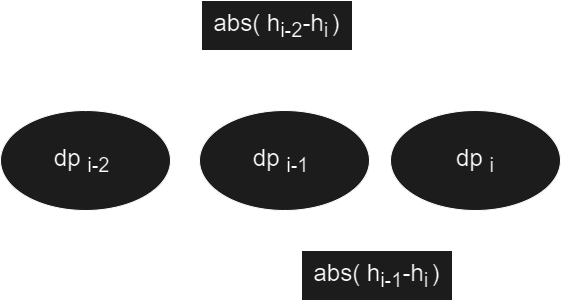
saitamau-maximum/blog keeps this draw.io diagram as public/images/blog/intro-course-8/frog1.png. Above is the earlier version. Source tidied: cells renumbered, new cells last; positions are measured from the earlier drawing's top-left corner, leaving out a move shared by most shapes. Its diagram source:
```xml
<mxGraphModel>
  <root>
    <mxCell id="0" />
    <mxCell id="1" parent="0" />
    <mxCell id="2" value="&lt;font style=&quot;border-color: var(--border-color); font-size: 24px;&quot;&gt;abs( h&lt;sub style=&quot;border-color: var(--border-color);&quot;&gt;i-2&lt;/sub&gt;&lt;span style=&quot;border-color: var(--border-color);&quot;&gt;-&lt;/span&gt;h&lt;sub style=&quot;border-color: var(--border-color);&quot;&gt;i&lt;/sub&gt;&lt;/font&gt;&amp;nbsp;&lt;font style=&quot;font-size: 24px;&quot;&gt;)&lt;/font&gt;" style="text;align=center;html=1;verticalAlign=middle;whiteSpace=wrap;rounded=0;fillColor=#E3E3E3;strokeColor=default;" parent="1" vertex="1">
      <mxGeometry x="201" width="151" height="50" as="geometry" />
    </mxCell>
    <mxCell id="3" style="group;" parent="1" vertex="1">
      <mxGeometry y="30" width="560" height="180" as="geometry" />
    </mxCell>
    <mxCell id="4" value="&lt;font style=&quot;font-size: 24px;&quot;&gt;dp&amp;nbsp;&lt;sub&gt;i-2&lt;/sub&gt;&amp;nbsp;&lt;/font&gt;" style="ellipse;whiteSpace=wrap;html=1;fillColor=#E3E3E3;" parent="3" vertex="1">
      <mxGeometry y="80" width="170" height="100" as="geometry" />
    </mxCell>
    <mxCell id="5" value="&lt;font style=&quot;font-size: 24px;&quot;&gt;dp&amp;nbsp;&lt;sub style=&quot;border-color: var(--border-color);&quot;&gt;i-1&lt;/sub&gt;&lt;/font&gt;&lt;span style=&quot;font-size: 24px;&quot;&gt;&amp;nbsp;&lt;/span&gt;" style="ellipse;whiteSpace=wrap;html=1;fillColor=#E3E3E3;" parent="3" vertex="1">
      <mxGeometry x="199" y="80" width="170" height="100" as="geometry" />
    </mxCell>
    <mxCell id="6" value="&lt;font style=&quot;font-size: 24px;&quot;&gt;dp&amp;nbsp;&lt;sub style=&quot;border-color: var(--border-color);&quot;&gt;i&lt;/sub&gt;&lt;/font&gt;" style="ellipse;whiteSpace=wrap;html=1;fillColor=#E3E3E3;" parent="3" vertex="1">
      <mxGeometry x="390" y="80" width="170" height="100" as="geometry" />
    </mxCell>
    <mxCell id="7" style="curved=1;endArrow=classic;html=1;rounded=0;exitX=0.5;exitY=0;exitDx=0;exitDy=0;entryX=0.5;entryY=0;entryDx=0;entryDy=0;sourcePerimeterSpacing=6;strokeWidth=2;" parent="3" edge="1" target="6">
      <mxGeometry relative="1" as="geometry">
        <mxPoint x="85" y="80" as="sourcePoint" />
        <Array as="points">
          <mxPoint x="281" y="-10" />
        </Array>
      </mxGeometry>
    </mxCell>
    <mxCell id="8" value="&lt;br&gt;&lt;span style=&quot;font-size: 16px;&quot;&gt;&lt;br&gt;&lt;/span&gt;" style="edgeLabel;html=1;align=center;verticalAlign=middle;" parent="7" vertex="1">
      <mxGeometry x="-0.65" y="-5" relative="1" as="geometry" />
    </mxCell>
    <mxCell id="9" style="curved=1;endArrow=classic;html=1;rounded=0;exitX=0.5;exitY=1;exitDx=0;exitDy=0;entryX=0.5;entryY=1;entryDx=0;entryDy=0;strokeWidth=2;" parent="3" edge="1" source="5" target="6">
      <mxGeometry relative="1" as="geometry">
        <Array as="points">
          <mxPoint x="381" y="230" />
        </Array>
      </mxGeometry>
    </mxCell>
    <mxCell id="10" value="&lt;font style=&quot;border-color: var(--border-color); font-size: 24px;&quot;&gt;abs( h&lt;sub style=&quot;border-color: var(--border-color);&quot;&gt;i-1&lt;/sub&gt;&lt;span style=&quot;border-color: var(--border-color);&quot;&gt;-&lt;/span&gt;h&lt;sub style=&quot;border-color: var(--border-color);&quot;&gt;i&lt;/sub&gt;&lt;/font&gt;&amp;nbsp;&lt;font style=&quot;font-size: 24px;&quot;&gt;)&lt;/font&gt;" style="text;align=center;html=1;verticalAlign=middle;whiteSpace=wrap;rounded=0;fillColor=#E3E3E3;strokeColor=default;" parent="1" vertex="1">
      <mxGeometry x="301" y="250" width="151" height="50" as="geometry" />
    </mxCell>
  </root>
</mxGraphModel>
```
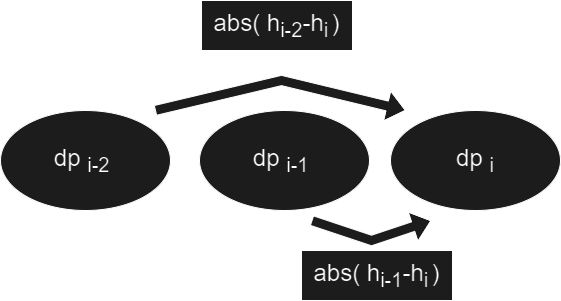
The same file after the commit.

What changed in the source:
```diff
@@ -17,26 +17,26 @@
     <mxCell id="6" value="&lt;font style=&quot;font-size: 24px;&quot;&gt;dp&amp;nbsp;&lt;sub style=&quot;border-color: var(--border-color);&quot;&gt;i&lt;/sub&gt;&lt;/font&gt;" style="ellipse;whiteSpace=wrap;html=1;fillColor=#E3E3E3;" parent="3" vertex="1">
       <mxGeometry x="390" y="80" width="170" height="100" as="geometry" />
     </mxCell>
-    <mxCell id="7" style="curved=1;endArrow=classic;html=1;rounded=0;exitX=0.5;exitY=0;exitDx=0;exitDy=0;entryX=0.5;entryY=0;entryDx=0;entryDy=0;sourcePerimeterSpacing=6;strokeWidth=2;" parent="3" edge="1" target="6">
-      <mxGeometry relative="1" as="geometry">
-        <mxPoint x="85" y="80" as="sourcePoint" />
-        <Array as="points">
-          <mxPoint x="281" y="-10" />
-        </Array>
-      </mxGeometry>
-    </mxCell>
-    <mxCell id="8" value="&lt;br&gt;&lt;span style=&quot;font-size: 16px;&quot;&gt;&lt;br&gt;&lt;/span&gt;" style="edgeLabel;html=1;align=center;verticalAlign=middle;" parent="7" vertex="1">
-      <mxGeometry x="-0.65" y="-5" relative="1" as="geometry" />
-    </mxCell>
-    <mxCell id="9" style="curved=1;endArrow=classic;html=1;rounded=0;exitX=0.5;exitY=1;exitDx=0;exitDy=0;entryX=0.5;entryY=1;entryDx=0;entryDy=0;strokeWidth=2;" parent="3" edge="1" source="5" target="6">
-      <mxGeometry relative="1" as="geometry">
-        <Array as="points">
-          <mxPoint x="381" y="230" />
-        </Array>
-      </mxGeometry>
-    </mxCell>
+    <mxCell id="11" style="shape=flexArrow;endArrow=classic;html=1;rounded=0;fillColor=#E3E3E3;" parent="3" edge="1">
+      <mxGeometry relative="1" as="geometry">
+        <mxPoint x="154.5" y="80" as="sourcePoint" />
+        <mxPoint x="405.5" y="80" as="targetPoint" />
+        <Array as="points">
+          <mxPoint x="281" y="50" />
+        </Array>
+      </mxGeometry>
+    </mxCell>
     <mxCell id="10" value="&lt;font style=&quot;border-color: var(--border-color); font-size: 24px;&quot;&gt;abs( h&lt;sub style=&quot;border-color: var(--border-color);&quot;&gt;i-1&lt;/sub&gt;&lt;span style=&quot;border-color: var(--border-color);&quot;&gt;-&lt;/span&gt;h&lt;sub style=&quot;border-color: var(--border-color);&quot;&gt;i&lt;/sub&gt;&lt;/font&gt;&amp;nbsp;&lt;font style=&quot;font-size: 24px;&quot;&gt;)&lt;/font&gt;" style="text;align=center;html=1;verticalAlign=middle;whiteSpace=wrap;rounded=0;fillColor=#E3E3E3;strokeColor=default;" parent="1" vertex="1">
       <mxGeometry x="301" y="250" width="151" height="50" as="geometry" />
     </mxCell>
+    <mxCell id="12" style="shape=flexArrow;endArrow=classic;html=1;rounded=0;fillColor=#E3E3E3;" parent="1" edge="1">
+      <mxGeometry relative="1" as="geometry">
+        <mxPoint x="311" y="220" as="sourcePoint" />
+        <mxPoint x="431" y="220" as="targetPoint" />
+        <Array as="points">
+          <mxPoint x="371" y="240" />
+        </Array>
+      </mxGeometry>
+    </mxCell>
   </root>
 </mxGraphModel>
```
